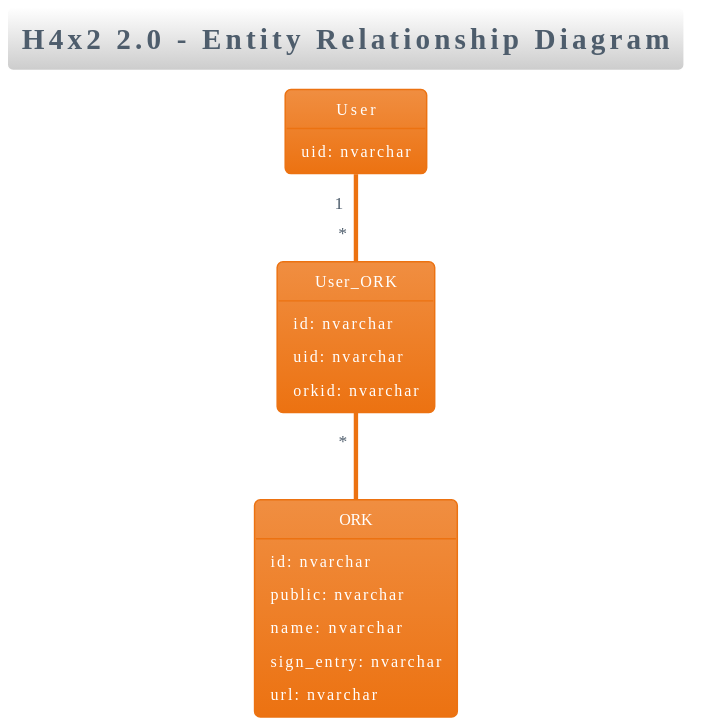
Above: diagrams/svg/H4x2_ERDiagram.svg in tide-foundation/Tide-h4x2-2 (PlantUML), before the change.
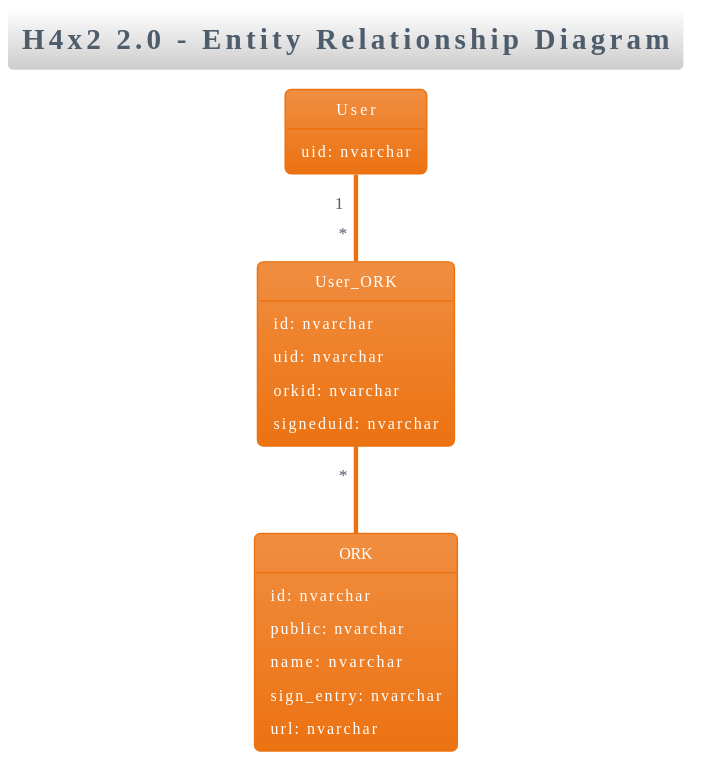
The same file after the commit.

Commit message:
:rocket: Adding Generated PlantUML Diagrams

What changed in the source:
```diff
@@ -13,6 +13,7 @@
     id: nvarchar
     uid: nvarchar
     orkid: nvarchar
+    signeduid: nvarchar
 }
 
 object ORK {
```
